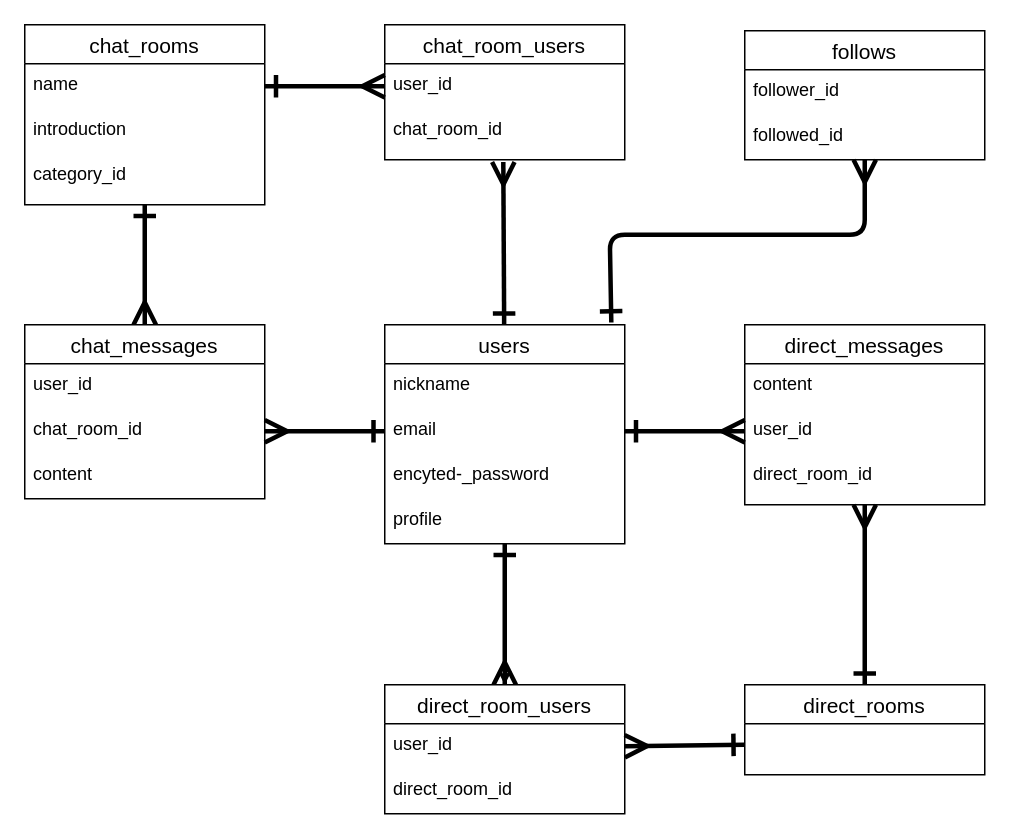
Earlier version of the draw.io diagram データベース設計.dio (MAXIM-kn/shumitomo-app). Source tidied: cells renumbered, new cells numbered last; positions are measured from the earlier drawing's top-left corner, leaving out a move shared by most shapes. Both pictures are drawn from the tidied source at 150%, with x=0, y=0 at pixel (24, 24).
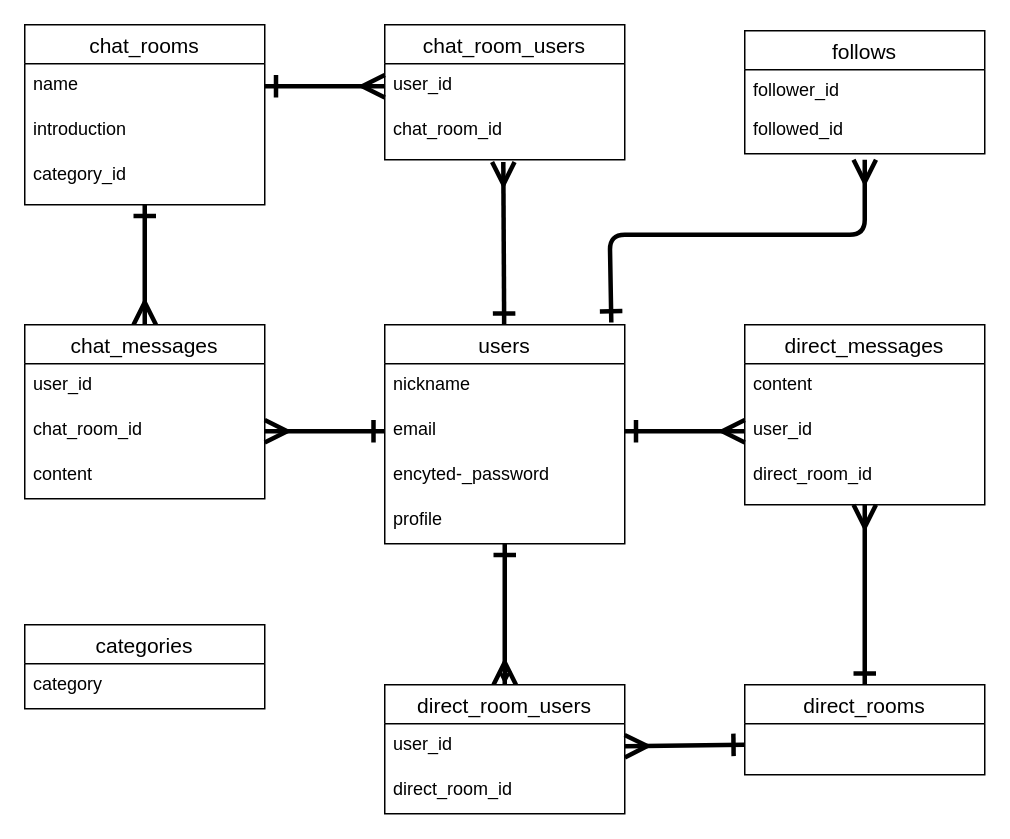
Above is the later version.

Diff of the diagram source:
```diff
@@
     <mxCell id="18" value="follows" style="swimlane;fontStyle=0;horizontal=1;startSize=26;align=center;fontSize=14;" parent="1" vertex="1">
-      <mxGeometry x="480" y="4" width="160" height="86" as="geometry" />
+      <mxGeometry x="480" y="4" width="160" height="82" as="geometry" />
     </mxCell>
     <mxCell id="19" value="follower_id" style="text;strokeColor=none;fillColor=none;spacingLeft=4;spacingRight=4;overflow=hidden;fontSize=12;" parent="18" vertex="1">
-      <mxGeometry y="26" width="160" height="30" as="geometry" />
+      <mxGeometry y="26" width="160" height="26" as="geometry" />
     </mxCell>
     <mxCell id="20" value="followed_id" style="text;strokeColor=none;fillColor=none;spacingLeft=4;spacingRight=4;overflow=hidden;fontSize=12;" parent="18" vertex="1">
-      <mxGeometry y="56" width="160" height="30" as="geometry" />
+      <mxGeometry y="52" width="160" height="30" as="geometry" />
     </mxCell>
@@
+    <mxCell id="39" value="categories" style="swimlane;fontStyle=0;horizontal=1;startSize=26;align=center;fontSize=14;" parent="1" vertex="1">
+      <mxGeometry y="400" width="160" height="56" as="geometry" />
+    </mxCell>
+    <mxCell id="40" value="category" style="text;strokeColor=none;fillColor=none;spacingLeft=4;spacingRight=4;overflow=hidden;fontSize=12;" parent="39" vertex="1">
+      <mxGeometry y="26" width="160" height="30" as="geometry" />
+    </mxCell>
```
